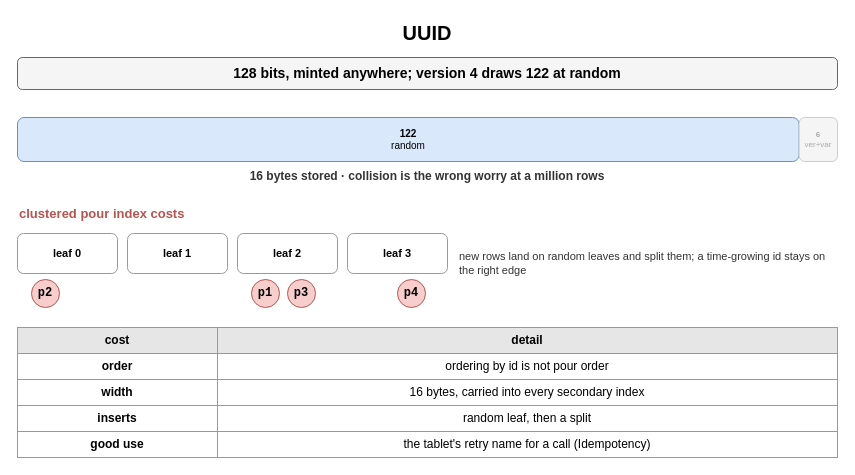
The draw.io diagram page "UUID" (2 of 8) of content/09_System_Design_Interview/19_Unique_ID_Generation/diagrams/unique-id.drawio in amendez13/swe-study-guide, before the edit. Source tidied: cells renumbered, new cells numbered last; positions are measured from the earlier drawing's top-left corner, leaving out a move shared by most shapes. Both pictures are drawn from the tidied source at 100%, with x=0, y=0 at pixel (17, 17).
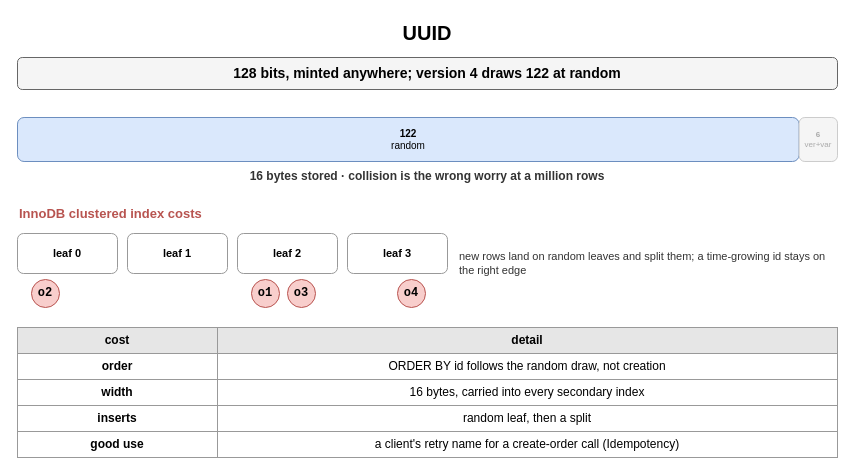
Above is the later version.

The edit, as a diff of the source:
```diff
@@
-    <mxCell id="7" value="clustered pour index costs" style="text;html=1;whiteSpace=wrap;fontSize=11;align=left;verticalAlign=middle;fontSize=13;fontColor=#b85450;fontStyle=1;" parent="1" vertex="1">
+    <mxCell id="7" value="InnoDB clustered index costs" style="text;html=1;whiteSpace=wrap;fontSize=11;align=left;verticalAlign=middle;fontSize=13;fontColor=#b85450;fontStyle=1;" parent="1" vertex="1">
       <mxGeometry y="186" width="400" height="20" as="geometry" />
     </mxCell>
@@
-    <mxCell id="12" value="p1" style="ellipse;whiteSpace=wrap;html=1;fontStyle=1;fontSize=12;fontFamily=Courier New;fillColor=#f8cecc;strokeColor=#b85450;" parent="1" vertex="1">
+    <mxCell id="12" value="o1" style="ellipse;whiteSpace=wrap;html=1;fontStyle=1;fontSize=12;fontFamily=Courier New;fillColor=#f8cecc;strokeColor=#b85450;" parent="1" vertex="1">
       <mxGeometry x="234" y="262" width="28" height="28" as="geometry" />
     </mxCell>
-    <mxCell id="13" value="p2" style="ellipse;whiteSpace=wrap;html=1;fontStyle=1;fontSize=12;fontFamily=Courier New;fillColor=#f8cecc;strokeColor=#b85450;" parent="1" vertex="1">
+    <mxCell id="13" value="o2" style="ellipse;whiteSpace=wrap;html=1;fontStyle=1;fontSize=12;fontFamily=Courier New;fillColor=#f8cecc;strokeColor=#b85450;" parent="1" vertex="1">
       <mxGeometry x="14" y="262" width="28" height="28" as="geometry" />
     </mxCell>
-    <mxCell id="14" value="p3" style="ellipse;whiteSpace=wrap;html=1;fontStyle=1;fontSize=12;fontFamily=Courier New;fillColor=#f8cecc;strokeColor=#b85450;" parent="1" vertex="1">
+    <mxCell id="14" value="o3" style="ellipse;whiteSpace=wrap;html=1;fontStyle=1;fontSize=12;fontFamily=Courier New;fillColor=#f8cecc;strokeColor=#b85450;" parent="1" vertex="1">
       <mxGeometry x="270" y="262" width="28" height="28" as="geometry" />
     </mxCell>
-    <mxCell id="15" value="p4" style="ellipse;whiteSpace=wrap;html=1;fontStyle=1;fontSize=12;fontFamily=Courier New;fillColor=#f8cecc;strokeColor=#b85450;" parent="1" vertex="1">
+    <mxCell id="15" value="o4" style="ellipse;whiteSpace=wrap;html=1;fontStyle=1;fontSize=12;fontFamily=Courier New;fillColor=#f8cecc;strokeColor=#b85450;" parent="1" vertex="1">
       <mxGeometry x="380" y="262" width="28" height="28" as="geometry" />
     </mxCell>
@@
-    <mxCell id="20" value="ordering by id is not pour order" style="whiteSpace=wrap;html=1;strokeColor=#999999;fontSize=12;fillColor=#ffffff;" parent="1" vertex="1">
+    <mxCell id="20" value="ORDER BY id follows the random draw, not creation" style="whiteSpace=wrap;html=1;strokeColor=#999999;fontSize=12;fillColor=#ffffff;" parent="1" vertex="1">
       <mxGeometry x="200" y="336" width="620" height="26" as="geometry" />
     </mxCell>
@@
-    <mxCell id="26" value="the tablet's retry name for a call (Idempotency)" style="whiteSpace=wrap;html=1;strokeColor=#999999;fontSize=12;fillColor=#ffffff;" parent="1" vertex="1">
+    <mxCell id="26" value="a client's retry name for a create-order call (Idempotency)" style="whiteSpace=wrap;html=1;strokeColor=#999999;fontSize=12;fillColor=#ffffff;" parent="1" vertex="1">
       <mxGeometry x="200" y="414" width="620" height="26" as="geometry" />
     </mxCell>
```
